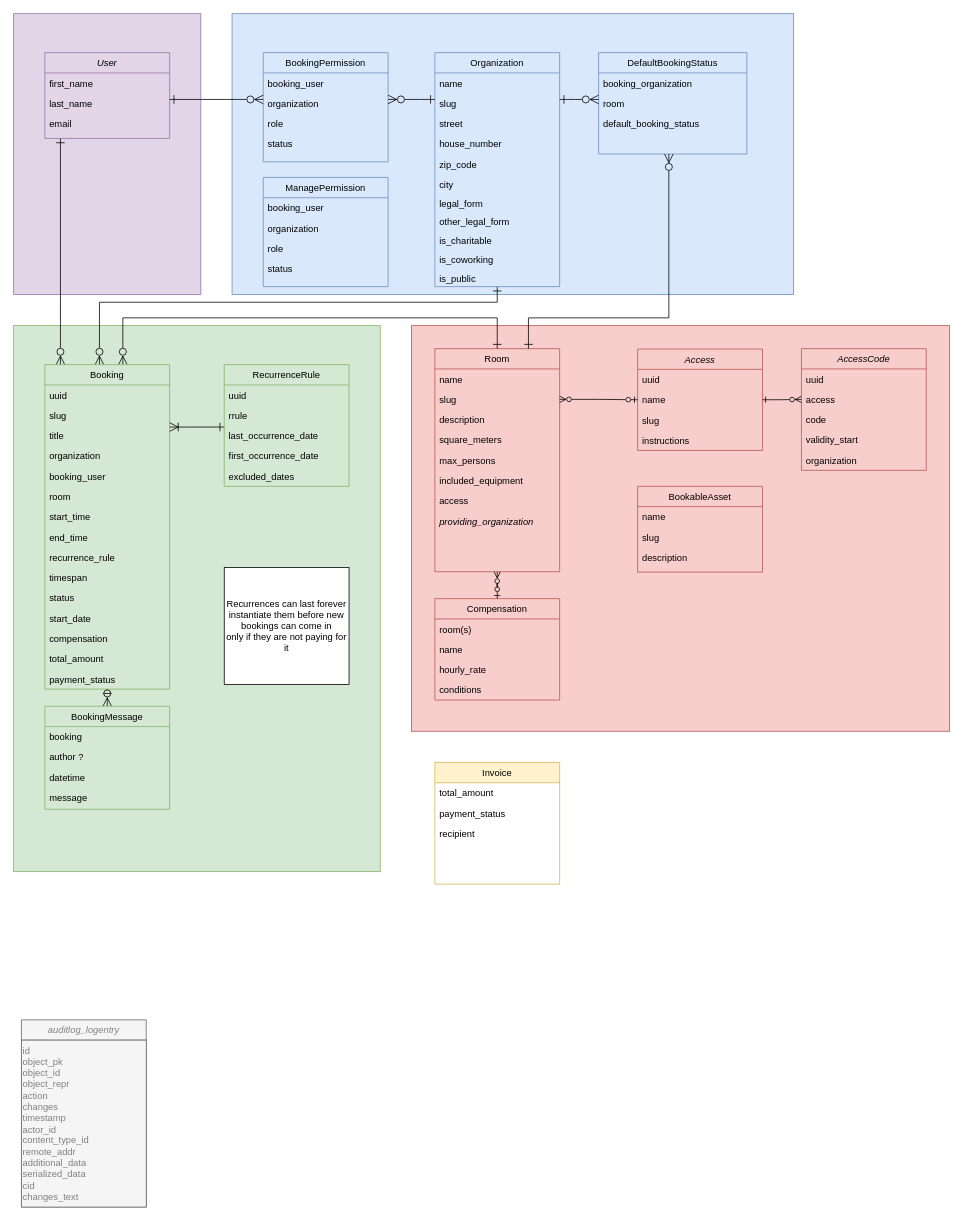
Earlier version of the draw.io diagram docs/modelling/erd-v1.3.0.drawio (Haus-des-Engagements/re-sharing). Source tidied: cells renumbered, new cells numbered last; positions are measured from the earlier drawing's top-left corner, leaving out a move shared by most shapes. Both pictures are drawn from the tidied source at 78%, with x=0, y=0 at pixel (13, 13).
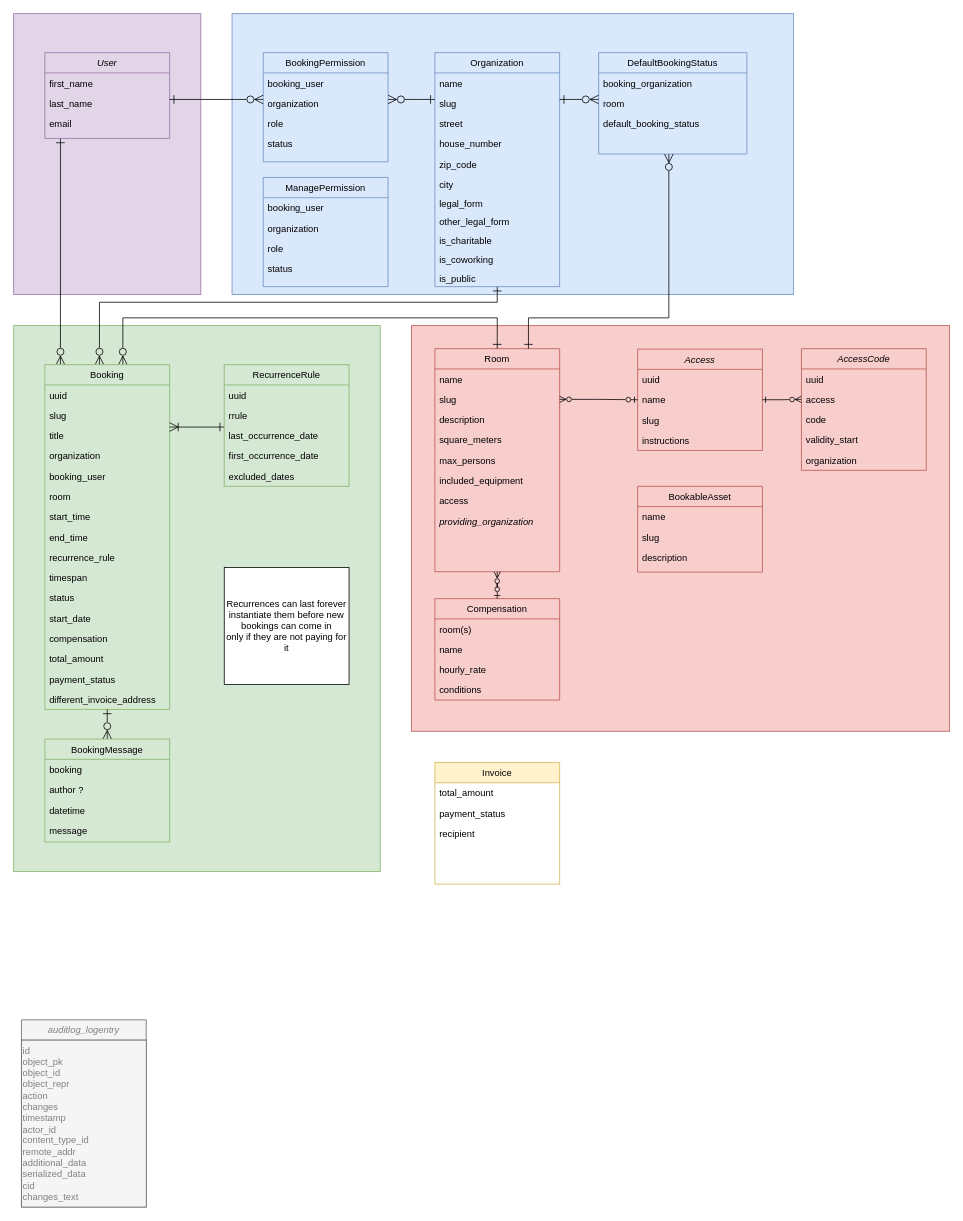
Above is the later version.

Diff of the diagram source:
```diff
@@
     <mxCell id="36" value="Booking" style="swimlane;fontStyle=0;align=center;verticalAlign=top;horizontal=1;startSize=26;rounded=0;shadow=0;strokeWidth=1;fillColor=#d5e8d4;strokeColor=#82b366;" parent="1" vertex="1">
-      <mxGeometry x="40" y="450" width="160" height="416" as="geometry" />
+      <mxGeometry x="40" y="450" width="160" height="442" as="geometry" />
     </mxCell>
@@
+    <mxCell id="111" value="different_invoice_address" style="text;align=left;verticalAlign=top;spacingLeft=4;spacingRight=4;overflow=hidden;rounded=0;shadow=0;html=0;" parent="36" vertex="1">
+      <mxGeometry y="416" width="160" height="26" as="geometry" />
+    </mxCell>
@@
     <mxCell id="54" value="BookingMessage" style="swimlane;fontStyle=0;align=center;verticalAlign=top;horizontal=1;startSize=26;rounded=0;shadow=0;strokeWidth=1;fillColor=#d5e8d4;strokeColor=#82b366;" parent="1" vertex="1">
-      <mxGeometry x="40" y="888" width="160" height="132" as="geometry" />
+      <mxGeometry x="40" y="930" width="160" height="132" as="geometry" />
     </mxCell>
```
